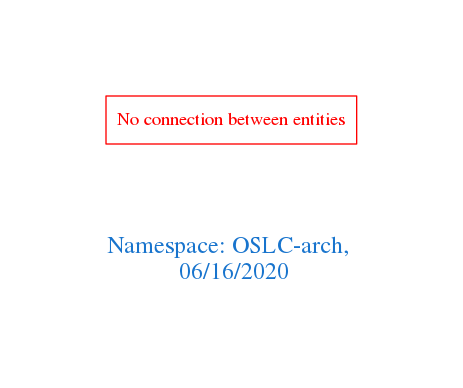
This is downloads/OSLC-arch.png from arago/OGIT, a Graphviz export, as it was before one commit. Its source is kept beside it as downloads/OSLC-arch.dot. Its diagram source:
```dot
digraph OGIT_ontology {
 graph [ rankdir= LR,pad=1
fontsize = 18,
fontcolor= dodgerblue3,label = "\n\n\nNamespace: OSLC-arch, \n 06/16/2020"];
node[shape=polygon];
edge [  color="gray81"];

"No connection between entities" [fontcolor = "red",color="red", shape="polygon"]
}
```
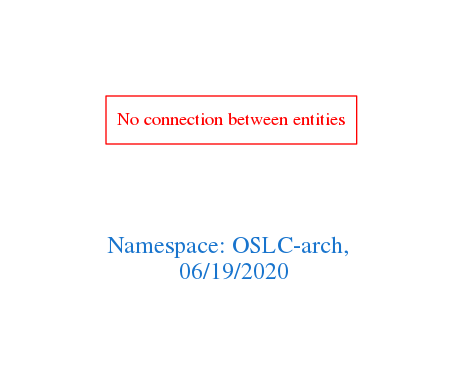
The same file after the commit.

Change to the diagram source:
```diff
@@ -1,7 +1,7 @@
 digraph OGIT_ontology {
  graph [ rankdir= LR,pad=1
 fontsize = 18,
-fontcolor= dodgerblue3,label = "\n\n\nNamespace: OSLC-arch, \n 06/16/2020"];
+fontcolor= dodgerblue3,label = "\n\n\nNamespace: OSLC-arch, \n 06/19/2020"];
 node[shape=polygon];
 edge [  color="gray81"];
 
```
